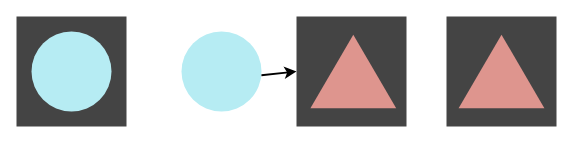
Before: page "bind" (5 of 7) of resources/monad.drawio in theNewFlesh/shot-glass, a draw.io diagram. Source tidied: cells renumbered, new cells numbered last; positions are measured from the earlier drawing's top-left corner, leaving out a move shared by most shapes. Both pictures are drawn from the tidied source at 100%, with x=0, y=0 at pixel (16, 16).
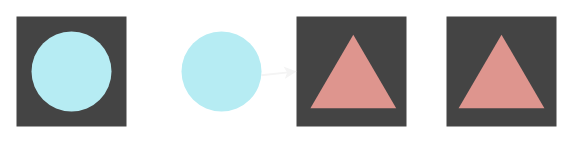
Above is the later version.

Change to the diagram source:
```diff
@@
 <mxGraphModel>
   <root>
     <mxCell id="0" />
     <mxCell id="1" parent="0" />
     <mxCell id="2" style="rounded=0;whiteSpace=wrap;html=1;strokeWidth=2;fillColor=#444444;strokeColor=none;" parent="1" vertex="1">
       <mxGeometry x="280" width="110" height="110" as="geometry" />
     </mxCell>
     <mxCell id="3" style="whiteSpace=wrap;html=1;strokeWidth=2;strokeColor=none;fillColor=#444444;" parent="1" vertex="1">
       <mxGeometry x="430" width="110" height="110" as="geometry" />
     </mxCell>
     <mxCell id="4" style="whiteSpace=wrap;html=1;strokeWidth=2;strokeColor=none;fillColor=#444444;" parent="1" vertex="1">
       <mxGeometry width="110" height="110" as="geometry" />
     </mxCell>
     <mxCell id="5" style="triangle;whiteSpace=wrap;html=1;rotation=-90;strokeWidth=2;fillColor=#DE958E;strokeColor=none;" parent="1" vertex="1">
       <mxGeometry x="300" y="12.1" width="73.6" height="85.8" as="geometry" />
     </mxCell>
-    <mxCell id="6" style="edgeStyle=none;html=1;strokeWidth=2;entryX=0;entryY=0.5;entryDx=0;entryDy=0;" parent="1" edge="1" source="7" target="2">
+    <mxCell id="6" style="edgeStyle=none;html=1;strokeWidth=2;entryX=0;entryY=0.5;entryDx=0;entryDy=0;strokeColor=#f4f4f4;" parent="1" edge="1" source="7" target="2">
       <mxGeometry relative="1" as="geometry" />
     </mxCell>
     <mxCell id="7" style="ellipse;whiteSpace=wrap;html=1;strokeWidth=2;fillColor=#B6ECF3;strokeColor=none;" parent="1" vertex="1">
       <mxGeometry x="165" y="15" width="80" height="80" as="geometry" />
     </mxCell>
     <mxCell id="8" style="ellipse;whiteSpace=wrap;html=1;strokeWidth=2;fillColor=#B6ECF3;strokeColor=none;" parent="1" vertex="1">
       <mxGeometry x="15" y="15" width="80" height="80" as="geometry" />
     </mxCell>
     <mxCell id="9" style="triangle;whiteSpace=wrap;html=1;rotation=-90;strokeWidth=2;fillColor=#DE958E;strokeColor=none;" parent="1" vertex="1">
       <mxGeometry x="448.2" y="12.1" width="73.6" height="85.8" as="geometry" />
     </mxCell>
   </root>
 </mxGraphModel>
```
